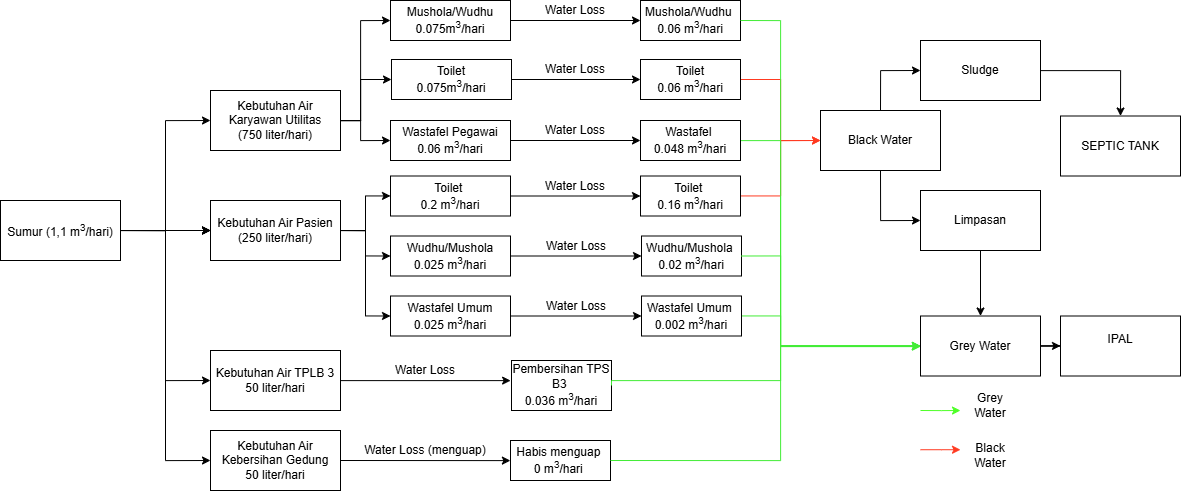
The draw.io diagram Neraca Air Klinik Surya Medika.drawio.png in famowoiii/envimos_sensot, before a commit. Source tidied: cells renumbered, new cells last; positions are measured from the earlier drawing's top-left corner, leaving out a move shared by most shapes.
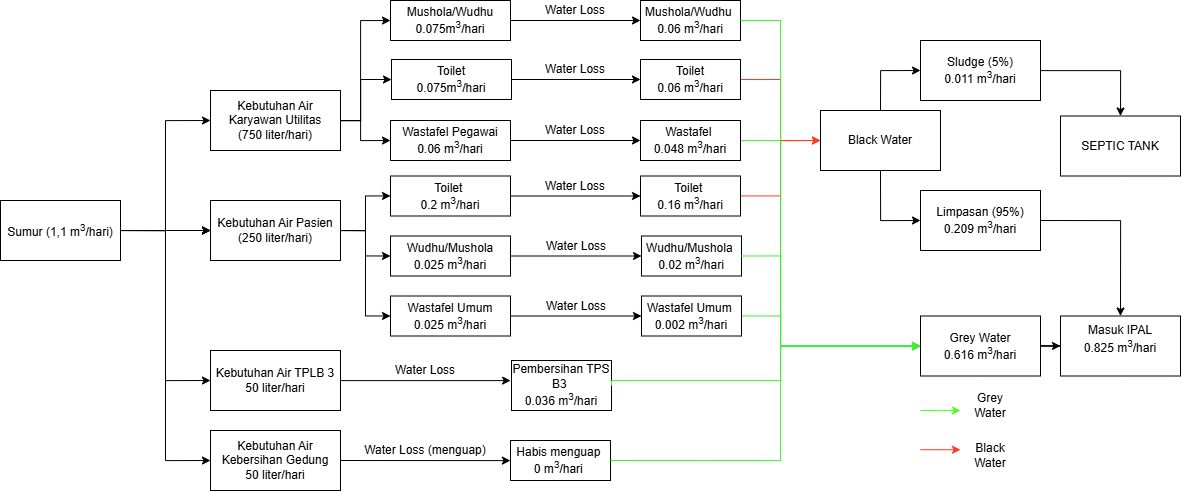
After the commit.

What changed in the source:
```diff
@@ -91,7 +91,7 @@
     <mxCell id="24" style="edgeStyle=orthogonalEdgeStyle;rounded=0;jettySize=auto;html=1;entryX=0;entryY=0.5;entryDx=0;entryDy=0;exitX=1;exitY=0.5;exitDx=0;exitDy=0;fontFamily=Arial;labelBorderColor=none;labelBackgroundColor=none;" parent="1" edge="1" source="16" target="23">
       <mxGeometry relative="1" as="geometry" />
     </mxCell>
-    <mxCell id="25" value="IPAL&lt;div&gt;&lt;br&gt;&lt;/div&gt;" style="whiteSpace=wrap;html=1;rounded=0;fontFamily=Arial;labelBorderColor=none;labelBackgroundColor=none;" parent="1" vertex="1">
+    <mxCell id="25" value="Masuk IPAL&lt;div&gt;0.825 m&lt;sup&gt;3&lt;/sup&gt;/hari&lt;br&gt;&lt;div&gt;&lt;br&gt;&lt;/div&gt;&lt;/div&gt;" style="whiteSpace=wrap;html=1;rounded=0;fontFamily=Arial;labelBorderColor=none;labelBackgroundColor=none;" parent="1" vertex="1">
       <mxGeometry x="1060" y="315.5" width="120" height="60" as="geometry" />
     </mxCell>
     <mxCell id="26" value="SEPTIC TANK" style="whiteSpace=wrap;html=1;rounded=0;fontFamily=Arial;labelBorderColor=none;labelBackgroundColor=none;" parent="1" vertex="1">
@@ -220,7 +220,7 @@
     <mxCell id="59" value="Habis menguap&amp;nbsp;&lt;div&gt;0 m&lt;sup&gt;3&lt;/sup&gt;/hari&amp;nbsp;&lt;/div&gt;" style="whiteSpace=wrap;html=1;rounded=0;fontFamily=Arial;labelBorderColor=none;labelBackgroundColor=none;" parent="1" vertex="1">
       <mxGeometry x="510" y="440" width="100" height="40" as="geometry" />
     </mxCell>
-    <mxCell id="60" value="&lt;div&gt;Grey Water&lt;/div&gt;" style="whiteSpace=wrap;html=1;rounded=0;fontFamily=Arial;labelBorderColor=none;labelBackgroundColor=none;" parent="1" vertex="1">
+    <mxCell id="60" value="&lt;div&gt;Grey Water&lt;/div&gt;&lt;div&gt;0.616 m&lt;sup&gt;3&lt;/sup&gt;/hari&lt;/div&gt;" style="whiteSpace=wrap;html=1;rounded=0;fontFamily=Arial;labelBorderColor=none;labelBackgroundColor=none;" parent="1" vertex="1">
       <mxGeometry x="920" y="315.5" width="120" height="60" as="geometry" />
     </mxCell>
     <mxCell id="61" style="edgeStyle=orthogonalEdgeStyle;rounded=0;jettySize=auto;html=1;exitX=0.5;exitY=0;exitDx=0;exitDy=0;entryX=0;entryY=0.5;entryDx=0;entryDy=0;" parent="1" edge="1" source="62" target="68">
@@ -265,7 +265,7 @@
     <mxCell id="67" style="edgeStyle=orthogonalEdgeStyle;rounded=0;jettySize=auto;html=1;entryX=0.5;entryY=0;entryDx=0;entryDy=0;" parent="1" edge="1" source="68" target="26">
       <mxGeometry relative="1" as="geometry" />
     </mxCell>
-    <mxCell id="68" value="Sludge" style="whiteSpace=wrap;html=1;fontFamily=Arial;rounded=0;labelBorderColor=none;labelBackgroundColor=none;" parent="1" vertex="1">
+    <mxCell id="68" value="Sludge (5%)&lt;div&gt;0.011 m&lt;sup&gt;3&lt;/sup&gt;/hari&lt;/div&gt;" style="whiteSpace=wrap;html=1;fontFamily=Arial;rounded=0;labelBorderColor=none;labelBackgroundColor=none;" parent="1" vertex="1">
       <mxGeometry x="920" y="40" width="120" height="60" as="geometry" />
     </mxCell>
     <mxCell id="69" style="edgeStyle=orthogonalEdgeStyle;rounded=0;jettySize=auto;html=1;exitX=0.5;exitY=1;exitDx=0;exitDy=0;entryX=0;entryY=0.5;entryDx=0;entryDy=0;" parent="1" edge="1" source="62" target="71">
@@ -274,10 +274,10 @@
     <mxCell id="70" style="edgeStyle=orthogonalEdgeStyle;rounded=0;jettySize=auto;html=1;exitX=1;exitY=0.5;exitDx=0;exitDy=0;" parent="1" edge="1" source="60" target="25">
       <mxGeometry relative="1" as="geometry" />
     </mxCell>
-    <mxCell id="71" value="Limpasan" style="whiteSpace=wrap;html=1;fontFamily=Arial;rounded=0;labelBorderColor=none;labelBackgroundColor=none;" parent="1" vertex="1">
+    <mxCell id="71" value="Limpasan (95%)&lt;div&gt;0.209 m&lt;sup&gt;3&lt;/sup&gt;/hari&lt;/div&gt;" style="whiteSpace=wrap;html=1;fontFamily=Arial;rounded=0;labelBorderColor=none;labelBackgroundColor=none;" parent="1" vertex="1">
       <mxGeometry x="920" y="190" width="120" height="60" as="geometry" />
     </mxCell>
-    <mxCell id="72" style="edgeStyle=orthogonalEdgeStyle;rounded=0;jettySize=auto;html=1;entryX=0.5;entryY=0;entryDx=0;entryDy=0;exitX=0.5;exitY=1;exitDx=0;exitDy=0;" parent="1" edge="1" source="71" target="60">
+    <mxCell id="72" style="edgeStyle=orthogonalEdgeStyle;rounded=0;jettySize=auto;html=1;entryX=0.5;entryY=0;entryDx=0;entryDy=0;exitX=1;exitY=0.5;exitDx=0;exitDy=0;" parent="1" edge="1" source="71" target="25">
       <mxGeometry relative="1" as="geometry" />
     </mxCell>
   </root>
```
